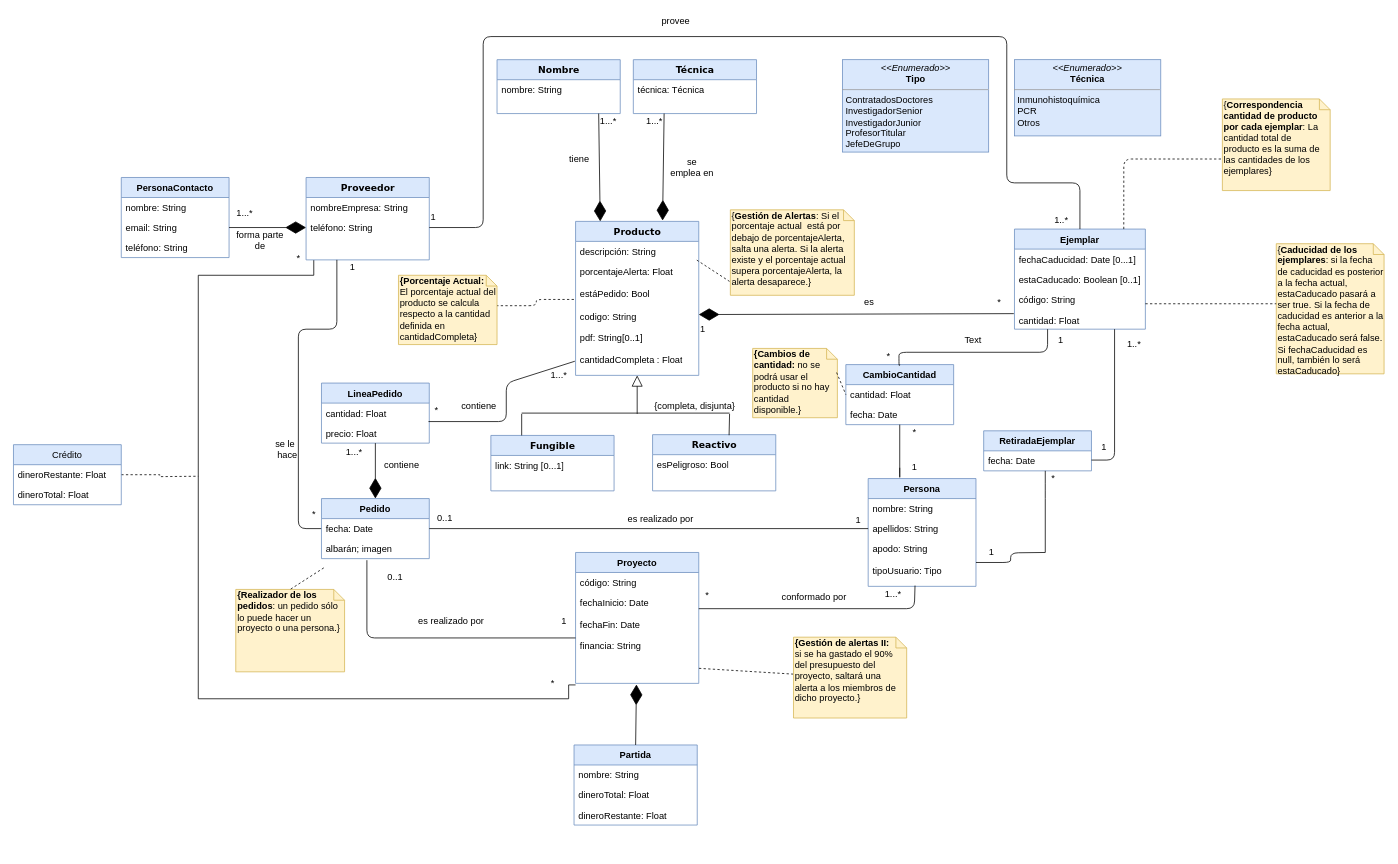
Above: MC_Labov3.drawio in Franbr31/IR-project (draw.io), before the change. Source tidied: cells renumbered, new cells numbered last; positions are measured from the earlier drawing's top-left corner, leaving out a move shared by most shapes. Both pictures are drawn from the tidied source at 77%, with x=0, y=0 at pixel (13, 13).
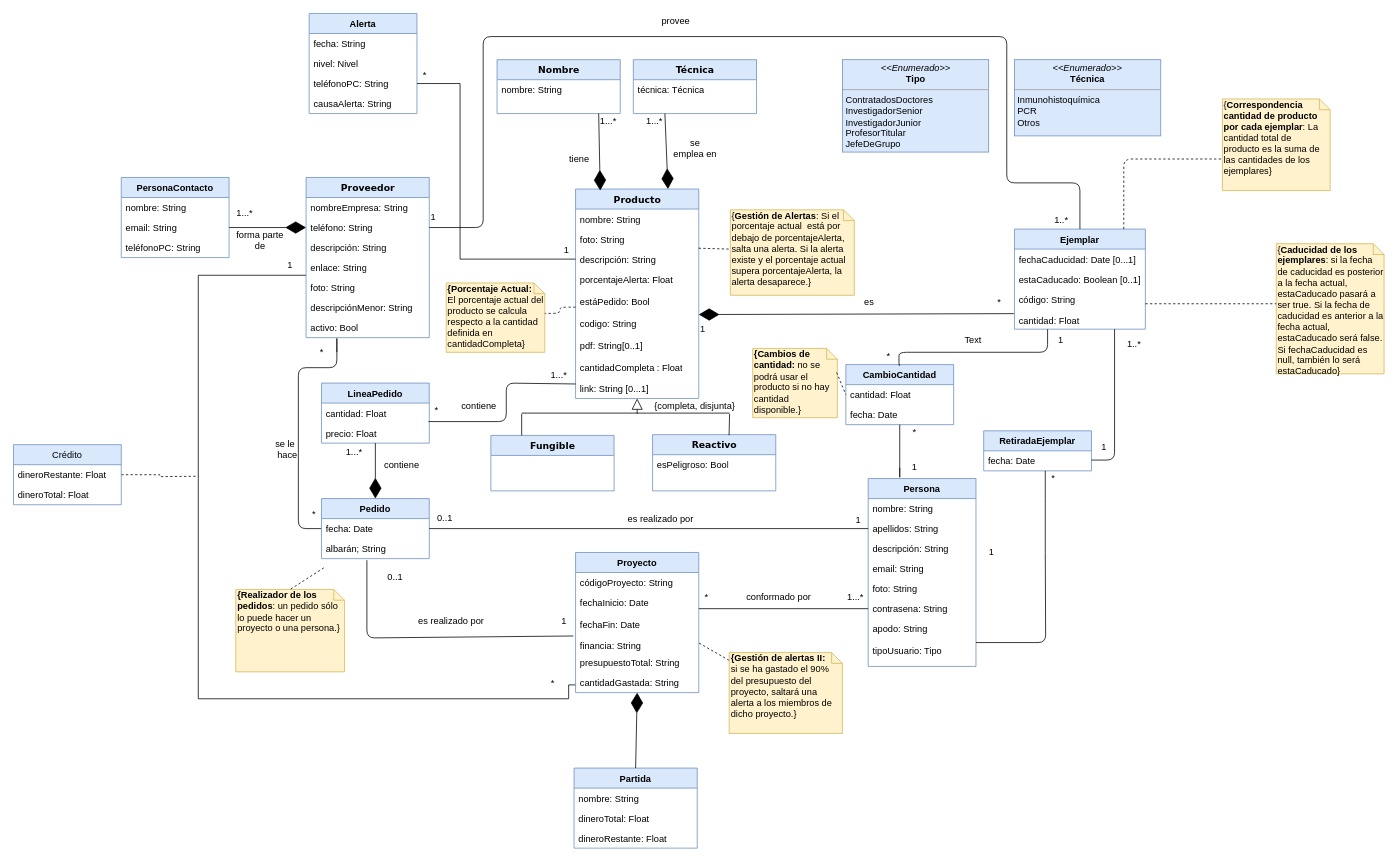
The same page after the edit.

Unchanged cells that the change refers to:
```xml
<mxCell id="13" value="Técnica" style="swimlane;html=1;fontStyle=1;align=center;verticalAlign=top;horizontal=1;startSize=26;swimlaneFillColor=#ffffff;rounded=0;shadow=0;comic=0;labelBackgroundColor=none;strokeWidth=1;fillColor=#dae8fc;fontFamily=Verdana;fontSize=12;strokeColor=#6c8ebf;" parent="1" vertex="1">
  <mxGeometry x="805" y="60" width="160" height="70" as="geometry" />
</mxCell>
<mxCell id="15" value="Fungible" style="swimlane;html=1;fontStyle=1;align=center;verticalAlign=top;horizontal=1;startSize=26;swimlaneFillColor=#ffffff;rounded=0;shadow=0;comic=0;labelBackgroundColor=none;strokeWidth=1;fillColor=#dae8fc;fontFamily=Verdana;fontSize=12;strokeColor=#6c8ebf;" parent="1" vertex="1">
  <mxGeometry x="620" y="548" width="160" height="72" as="geometry" />
</mxCell>
<mxCell id="20" value="Pedido" style="swimlane;fontStyle=1;horizontal=1;startSize=26;fillColor=#dae8fc;strokeColor=#6c8ebf;" parent="1" vertex="1">
  <mxGeometry x="400" y="630" width="140" height="78" as="geometry" />
</mxCell>
<mxCell id="21" value="fecha: Date" style="text;align=left;verticalAlign=top;spacingLeft=4;spacingRight=4;overflow=hidden;points=[[0,0.5],[1,0.5]];portConstraint=eastwest;" parent="20" vertex="1">
  <mxGeometry y="26" width="140" height="26" as="geometry" />
</mxCell>
<mxCell id="63" value="PersonaContacto" style="swimlane;fontStyle=1;horizontal=1;startSize=26;fillColor=#dae8fc;strokeColor=#6c8ebf;" parent="1" vertex="1">
  <mxGeometry x="140" y="213" width="140" height="104" as="geometry" />
</mxCell>
<mxCell id="81" value="1...*" style="text;html=1;align=center;verticalAlign=middle;points=[];" parent="1" vertex="1">
  <mxGeometry x="688" y="460" width="40" height="20" as="geometry" />
</mxCell>
```

Diff of the diagram source:
```diff
@@
     <mxCell id="3" value="Proveedor" style="swimlane;html=1;fontStyle=1;align=center;verticalAlign=top;horizontal=1;startSize=26;swimlaneFillColor=#ffffff;rounded=0;shadow=0;comic=0;labelBackgroundColor=none;strokeWidth=1;fillColor=#dae8fc;fontFamily=Verdana;fontSize=12;strokeColor=#6c8ebf;" parent="1" vertex="1">
-      <mxGeometry x="380" y="213" width="160" height="107" as="geometry" />
+      <mxGeometry x="380" y="213" width="160" height="208" as="geometry" />
     </mxCell>
@@
     <mxCell id="6" style="endArrow=none;html=1;exitX=0;exitY=0.5;exitDx=0;exitDy=0;" parent="3" edge="1" source="21">
       <mxGeometry relative="1" as="geometry">
-        <mxPoint x="40" y="107" as="targetPoint" />
+        <mxPoint x="40" y="227" as="targetPoint" />
         <Array as="points">
           <mxPoint x="-10" y="456" />
-          <mxPoint x="-10" y="197" />
-          <mxPoint x="40" y="197" />
+          <mxPoint x="-10" y="247" />
+          <mxPoint x="40" y="247" />
+          <mxPoint x="40" y="217" />
+          <mxPoint x="40" y="207" />
         </Array>
       </mxGeometry>
     </mxCell>
+    <mxCell id="129" value="descripción: String" style="text;html=1;strokeColor=none;fillColor=none;align=left;verticalAlign=top;spacingLeft=4;spacingRight=4;whiteSpace=wrap;overflow=hidden;" parent="3" vertex="1">
+      <mxGeometry y="78" width="160" height="26" as="geometry" />
+    </mxCell>
+    <mxCell id="130" value="enlace: String" style="text;html=1;strokeColor=none;fillColor=none;align=left;verticalAlign=top;spacingLeft=4;spacingRight=4;whiteSpace=wrap;overflow=hidden;" parent="3" vertex="1">
+      <mxGeometry y="104" width="160" height="26" as="geometry" />
+    </mxCell>
+    <mxCell id="131" value="foto: String" style="text;html=1;strokeColor=none;fillColor=none;align=left;verticalAlign=top;spacingLeft=4;spacingRight=4;whiteSpace=wrap;overflow=hidden;" parent="3" vertex="1">
+      <mxGeometry y="130" width="160" height="26" as="geometry" />
+    </mxCell>
+    <mxCell id="132" value="descripciónMenor: String" style="text;html=1;strokeColor=none;fillColor=none;align=left;verticalAlign=top;spacingLeft=4;spacingRight=4;whiteSpace=wrap;overflow=hidden;" parent="3" vertex="1">
+      <mxGeometry y="156" width="160" height="26" as="geometry" />
+    </mxCell>
+    <mxCell id="133" value="activo: Bool" style="text;html=1;strokeColor=none;fillColor=none;align=left;verticalAlign=top;spacingLeft=4;spacingRight=4;whiteSpace=wrap;overflow=hidden;" parent="3" vertex="1">
+      <mxGeometry y="182" width="160" height="26" as="geometry" />
+    </mxCell>
     <mxCell id="7" value="Producto" style="swimlane;html=1;fontStyle=1;align=center;verticalAlign=top;horizontal=1;startSize=26;swimlaneFillColor=#ffffff;rounded=0;shadow=0;comic=0;labelBackgroundColor=none;strokeWidth=1;fillColor=#dae8fc;fontFamily=Verdana;fontSize=12;strokeColor=#6c8ebf;" parent="1" vertex="1">
-      <mxGeometry x="730" y="270" width="160" height="200" as="geometry" />
+      <mxGeometry x="730" y="228" width="160" height="272" as="geometry" />
     </mxCell>
+    <mxCell id="134" value="nombre: String" style="text;html=1;strokeColor=none;fillColor=none;align=left;verticalAlign=top;spacingLeft=4;spacingRight=4;whiteSpace=wrap;overflow=hidden;" parent="7" vertex="1">
+      <mxGeometry y="26" width="160" height="26" as="geometry" />
+    </mxCell>
-    <mxCell id="8" value="descripción: String&lt;br&gt;" style="text;html=1;strokeColor=none;fillColor=none;align=left;verticalAlign=top;spacingLeft=4;spacingRight=4;whiteSpace=wrap;overflow=hidden;" parent="7" vertex="1">
-      <mxGeometry y="26" width="160" height="26" as="geometry" />
+    <mxCell id="8" value="foto: String" style="text;html=1;strokeColor=none;fillColor=none;align=left;verticalAlign=top;spacingLeft=4;spacingRight=4;whiteSpace=wrap;overflow=hidden;" parent="7" vertex="1">
+      <mxGeometry y="52" width="160" height="26" as="geometry" />
     </mxCell>
-    <mxCell id="9" style="endArrow=none;dashed=1;html=1;exitX=0.984;exitY=-0.012;exitDx=0;exitDy=0;exitPerimeter=0;" parent="7" edge="1" source="10">
+    <mxCell id="9" style="endArrow=none;dashed=1;html=1;exitX=0.999;exitY=-0.044;exitDx=0;exitDy=0;exitPerimeter=0;" parent="7" edge="1" source="135">
       <mxGeometry relative="1" as="geometry">
         <mxPoint x="200" y="78" as="targetPoint" />
       </mxGeometry>
     </mxCell>
+    <mxCell id="135" value="descripción: String&lt;br&gt;" style="text;html=1;strokeColor=none;fillColor=none;align=left;verticalAlign=top;spacingLeft=4;spacingRight=4;whiteSpace=wrap;overflow=hidden;points=[[0,0.5],[1,0.5]];portConstraint=eastwest;" parent="7" vertex="1">
+      <mxGeometry y="78" width="160" height="26" as="geometry" />
+    </mxCell>
     <mxCell id="10" value="porcentajeAlerta: Float&lt;br&gt;&lt;br&gt;estáPedido: Bool&lt;br&gt;&lt;br&gt;codigo: String&lt;br&gt;&lt;br&gt;pdf: String[0..1]&lt;br&gt;&lt;br&gt;cantidadCompleta : Float" style="text;html=1;strokeColor=none;fillColor=none;align=left;verticalAlign=top;spacingLeft=4;spacingRight=4;whiteSpace=wrap;overflow=hidden;points=[[0,0.5],[1,0.5]];portConstraint=eastwest;" parent="7" vertex="1">
-      <mxGeometry y="52" width="160" height="142" as="geometry" />
+      <mxGeometry y="104" width="160" height="142" as="geometry" />
     </mxCell>
+    <mxCell id="16" value="link: String [0...1]" style="text;html=1;strokeColor=none;fillColor=none;align=left;verticalAlign=top;spacingLeft=4;spacingRight=4;whiteSpace=wrap;overflow=hidden;" parent="7" vertex="1">
+      <mxGeometry y="246" width="160" height="26" as="geometry" />
+    </mxCell>
@@
-    <mxCell id="16" value="link: String [0...1]" style="text;html=1;strokeColor=none;fillColor=none;align=left;verticalAlign=top;spacingLeft=4;spacingRight=4;whiteSpace=wrap;overflow=hidden;" parent="15" vertex="1">
-      <mxGeometry y="26" width="160" height="26" as="geometry" />
-    </mxCell>
@@
-    <mxCell id="22" value="albarán; imagen" style="text;strokeColor=none;fillColor=none;align=left;verticalAlign=top;spacingLeft=4;spacingRight=4;overflow=hidden;" parent="20" vertex="1">
+    <mxCell id="22" value="albarán; String" style="text;strokeColor=none;fillColor=none;align=left;verticalAlign=top;spacingLeft=4;spacingRight=4;overflow=hidden;" parent="20" vertex="1">
       <mxGeometry y="52" width="140" height="26" as="geometry" />
     </mxCell>
     <mxCell id="23" value="Proyecto" style="swimlane;fontStyle=1;horizontal=1;startSize=26;fillColor=#dae8fc;strokeColor=#6c8ebf;" parent="1" vertex="1">
-      <mxGeometry x="730" y="700" width="160" height="170" as="geometry" />
+      <mxGeometry x="730" y="700" width="160" height="182" as="geometry" />
     </mxCell>
-    <mxCell id="24" value="código: String" style="text;align=left;verticalAlign=top;spacingLeft=4;spacingRight=4;overflow=hidden;" parent="23" vertex="1">
+    <mxCell id="24" value="códigoProyecto: String" style="text;align=left;verticalAlign=top;spacingLeft=4;spacingRight=4;overflow=hidden;" parent="23" vertex="1">
       <mxGeometry y="26" width="160" height="26" as="geometry" />
     </mxCell>
     <mxCell id="25" value="fechaInicio: Date&#10;&#10;fechaFin: Date&#10;&#10;financia: String" style="text;strokeColor=none;fillColor=none;align=left;verticalAlign=top;spacingLeft=4;spacingRight=4;overflow=hidden;points=[[0,0.5],[1,0.5]];portConstraint=eastwest;" parent="23" vertex="1">
-      <mxGeometry y="52" width="160" height="118" as="geometry" />
+      <mxGeometry y="52" width="160" height="78" as="geometry" />
     </mxCell>
+    <mxCell id="136" value="presupuestoTotal: String" style="text;align=left;verticalAlign=top;spacingLeft=4;spacingRight=4;overflow=hidden;" parent="23" vertex="1">
+      <mxGeometry y="130" width="160" height="26" as="geometry" />
+    </mxCell>
+    <mxCell id="137" value="cantidadGastada: String" style="text;align=left;verticalAlign=top;spacingLeft=4;spacingRight=4;overflow=hidden;" parent="23" vertex="1">
+      <mxGeometry y="156" width="160" height="26" as="geometry" />
+    </mxCell>
@@
     <mxCell id="29" value="Persona" style="swimlane;fontStyle=1;horizontal=1;startSize=26;fillColor=#dae8fc;strokeColor=#6c8ebf;" parent="1" vertex="1">
-      <mxGeometry x="1110" y="604" width="140" height="140" as="geometry" />
+      <mxGeometry x="1110" y="604" width="140" height="244" as="geometry" />
     </mxCell>
@@
+    <mxCell id="138" value="descripción: String" style="text;strokeColor=none;fillColor=none;align=left;verticalAlign=top;spacingLeft=4;spacingRight=4;overflow=hidden;" parent="29" vertex="1">
+      <mxGeometry y="78" width="140" height="26" as="geometry" />
+    </mxCell>
+    <mxCell id="139" value="email: String" style="text;strokeColor=none;fillColor=none;align=left;verticalAlign=top;spacingLeft=4;spacingRight=4;overflow=hidden;" parent="29" vertex="1">
+      <mxGeometry y="104" width="140" height="26" as="geometry" />
+    </mxCell>
+    <mxCell id="140" value="foto: String" style="text;strokeColor=none;fillColor=none;align=left;verticalAlign=top;spacingLeft=4;spacingRight=4;overflow=hidden;" parent="29" vertex="1">
+      <mxGeometry y="130" width="140" height="26" as="geometry" />
+    </mxCell>
+    <mxCell id="141" value="contrasena: String" style="text;strokeColor=none;fillColor=none;align=left;verticalAlign=top;spacingLeft=4;spacingRight=4;overflow=hidden;points=[[0,0.5],[1,0.5]];portConstraint=eastwest;" parent="29" vertex="1">
+      <mxGeometry y="156" width="140" height="26" as="geometry" />
+    </mxCell>
     <mxCell id="32" value="apodo: String&#10;&#10;tipoUsuario: Tipo" style="text;strokeColor=none;fillColor=none;align=left;verticalAlign=top;spacingLeft=4;spacingRight=4;overflow=hidden;points=[[0,0.5],[1,0.5]];portConstraint=eastwest;" parent="29" vertex="1">
-      <mxGeometry y="78" width="140" height="62" as="geometry" />
+      <mxGeometry y="182" width="140" height="62" as="geometry" />
     </mxCell>
@@
     <mxCell id="44" value="1...*" style="text;html=1;points=[];align=left;verticalAlign=top;spacingTop=-4;" parent="1" vertex="1">
-      <mxGeometry x="1130" y="744" width="40" height="20" as="geometry" />
+      <mxGeometry x="1081" y="748" width="40" height="20" as="geometry" />
     </mxCell>
     <mxCell id="45" value="conformado por" style="text;html=1;align=left;verticalAlign=top;spacingTop=-4;" parent="1" vertex="1">
-      <mxGeometry x="996" y="748" width="100" height="20" as="geometry" />
+      <mxGeometry x="950" y="748" width="100" height="20" as="geometry" />
     </mxCell>
@@
     <mxCell id="49" style="endArrow=diamondThin;endFill=1;endSize=24;html=1;" parent="1" edge="1">
       <mxGeometry relative="1" as="geometry">
         <mxPoint x="760" y="130" as="sourcePoint" />
-        <mxPoint x="762" y="270" as="targetPoint" />
+        <mxPoint x="762" y="230" as="targetPoint" />
       </mxGeometry>
     </mxCell>
@@
     <mxCell id="58" value="*" style="text;html=1;align=left;verticalAlign=top;spacingTop=-4;" parent="1" vertex="1">
-      <mxGeometry x="897" y="745" width="20" height="20" as="geometry" />
+      <mxGeometry x="895.5" y="748" width="20" height="20" as="geometry" />
     </mxCell>
@@
     <mxCell id="61" value="&lt;b&gt;{Gestión de alertas II:&lt;/b&gt;&lt;br&gt;si se ha gastado el 90% del presupuesto del proyecto, saltará una alerta a los miembros de dicho proyecto.}" style="shape=note;whiteSpace=wrap;html=1;size=14;verticalAlign=top;align=left;spacingTop=-6;fillColor=#fff2cc;strokeColor=#d6b656;" parent="1" vertex="1">
-      <mxGeometry x="1013" y="810" width="147" height="105" as="geometry" />
+      <mxGeometry x="929.5" y="830" width="147" height="105" as="geometry" />
     </mxCell>
@@
-    <mxCell id="66" value="teléfono: String" style="text;align=left;verticalAlign=top;spacingLeft=4;spacingRight=4;overflow=hidden;" parent="63" vertex="1">
+    <mxCell id="66" value="teléfonoPC: String" style="text;align=left;verticalAlign=top;spacingLeft=4;spacingRight=4;overflow=hidden;" parent="63" vertex="1">
       <mxGeometry y="78" width="140" height="26" as="geometry" />
     </mxCell>
@@
-    <mxCell id="71" style="endArrow=none;html=1;entryX=-0.006;entryY=0.913;entryDx=0;entryDy=0;entryPerimeter=0;" parent="1" edge="1" target="10">
+    <mxCell id="71" style="endArrow=none;html=1;entryX=1.054;entryY=1.059;entryDx=0;entryDy=0;entryPerimeter=0;" parent="1" edge="1" target="81">
       <mxGeometry relative="1" as="geometry">
         <mxPoint x="539" y="530" as="sourcePoint" />
         <Array as="points">
           <mxPoint x="640" y="530" />
           <mxPoint x="640" y="480" />
         </Array>
       </mxGeometry>
     </mxCell>
@@
-    <mxCell id="86" style="endArrow=diamondThin;endFill=1;endSize=24;html=1;exitX=0.25;exitY=1;exitDx=0;exitDy=0;" parent="1" edge="1" source="13">
+    <mxCell id="86" style="endArrow=diamondThin;endFill=1;endSize=24;html=1;exitX=0.25;exitY=1;exitDx=0;exitDy=0;" parent="1" edge="1">
       <mxGeometry relative="1" as="geometry">
-        <mxPoint x="843" y="269" as="targetPoint" />
+        <mxPoint x="846" y="130" as="sourcePoint" />
+        <mxPoint x="850" y="228" as="targetPoint" />
       </mxGeometry>
     </mxCell>
-    <mxCell id="87" style="endArrow=none;html=1;entryX=1.021;entryY=-0.05;entryDx=0;entryDy=0;entryPerimeter=0;" parent="1" edge="1" target="44">
+    <mxCell id="87" style="endArrow=none;html=1;entryX=0;entryY=0.5;entryDx=0;entryDy=0;" parent="1" edge="1" target="141">
       <mxGeometry relative="1" as="geometry">
         <mxPoint x="890" y="773" as="sourcePoint" />
-        <Array as="points">
-          <mxPoint x="1170" y="773" />
-        </Array>
       </mxGeometry>
     </mxCell>
@@
     <mxCell id="92" value="se &lt;br&gt;emplea en" style="text;html=1;align=center;verticalAlign=top;spacingTop=-4;" parent="1" vertex="1">
-      <mxGeometry x="845.5" y="183" width="70" height="30" as="geometry" />
+      <mxGeometry x="850" y="159" width="70" height="30" as="geometry" />
     </mxCell>
@@
     <mxCell id="99" value="1" style="text;html=1;align=center;verticalAlign=middle;" parent="1" vertex="1">
-      <mxGeometry x="430" y="320" width="20" height="20" as="geometry" />
+      <mxGeometry x="349.4" y="317" width="20" height="20" as="geometry" />
     </mxCell>
@@
     <mxCell id="116" value="&lt;b&gt;{Porcentaje Actual:&lt;/b&gt;&lt;br&gt;El porcentaje actual del producto se calcula respecto a la cantidad definida en cantidadCompleta}" style="shape=note;whiteSpace=wrap;html=1;size=14;verticalAlign=top;align=left;spacingTop=-6;strokeColor=#d6b656;fillColor=#fff2cc;" parent="1" vertex="1">
-      <mxGeometry x="500" y="340" width="128" height="90" as="geometry" />
+      <mxGeometry x="562" y="350" width="128" height="90" as="geometry" />
     </mxCell>
     <mxCell id="117" value="Partida" style="swimlane;fontStyle=1;horizontal=1;startSize=26;fillColor=#dae8fc;strokeColor=#6c8ebf;" parent="1" vertex="1">
-      <mxGeometry x="728" y="950" width="160" height="104" as="geometry" />
+      <mxGeometry x="728" y="980" width="160" height="104" as="geometry" />
     </mxCell>
@@
-    <mxCell id="121" style="endArrow=diamondThin;endFill=1;endSize=24;html=1;exitX=0.5;exitY=0;exitDx=0;exitDy=0;entryX=0.494;entryY=1.012;entryDx=0;entryDy=0;entryPerimeter=0;" parent="1" edge="1" source="117" target="25">
-      <mxGeometry relative="1" as="geometry" />
+    <mxCell id="121" style="endArrow=diamondThin;endFill=1;endSize=24;html=1;exitX=0.5;exitY=0;exitDx=0;exitDy=0;" parent="1" edge="1" source="117">
+      <mxGeometry relative="1" as="geometry">
+        <mxPoint x="810" y="882" as="targetPoint" />
+      </mxGeometry>
     </mxCell>
@@
-    <mxCell id="126" style="endArrow=none;html=1;entryX=0;entryY=0.5;entryDx=0;entryDy=0;" parent="1" edge="1" target="25">
+    <mxCell id="126" style="endArrow=none;html=1;entryX=-0.018;entryY=0.724;entryDx=0;entryDy=0;entryPerimeter=0;" parent="1" edge="1" target="25">
       <mxGeometry relative="1" as="geometry">
         <mxPoint x="459" y="710" as="sourcePoint" />
         <Array as="points">
           <mxPoint x="459" y="811" />
         </Array>
       </mxGeometry>
     </mxCell>
@@
     <mxCell id="128" value="*" style="text;html=1;align=center;verticalAlign=middle;" parent="1" vertex="1">
-      <mxGeometry x="360" y="308" width="20" height="20" as="geometry" />
+      <mxGeometry x="390" y="430" width="20" height="20" as="geometry" />
     </mxCell>
+    <mxCell id="142" value="Alerta" style="swimlane;fontStyle=1;horizontal=1;startSize=26;fillColor=#dae8fc;strokeColor=#6c8ebf;" parent="1" vertex="1">
+      <mxGeometry x="384" width="140" height="130" as="geometry" />
+    </mxCell>
+    <mxCell id="143" value="fecha: String" style="text;strokeColor=none;fillColor=none;align=left;verticalAlign=top;spacingLeft=4;spacingRight=4;overflow=hidden;" parent="142" vertex="1">
+      <mxGeometry y="26" width="140" height="26" as="geometry" />
+    </mxCell>
+    <mxCell id="144" value="nivel: Nivel" style="text;strokeColor=none;fillColor=none;align=left;verticalAlign=top;spacingLeft=4;spacingRight=4;overflow=hidden;" parent="142" vertex="1">
+      <mxGeometry y="52" width="140" height="26" as="geometry" />
+    </mxCell>
+    <mxCell id="145" value="teléfonoPC: String" style="text;align=left;verticalAlign=top;spacingLeft=4;spacingRight=4;overflow=hidden;points=[[0,0.5],[1,0.5]];portConstraint=eastwest;" parent="142" vertex="1">
+      <mxGeometry y="78" width="140" height="26" as="geometry" />
+    </mxCell>
+    <mxCell id="146" value="causaAlerta: String" style="text;align=left;verticalAlign=top;spacingLeft=4;spacingRight=4;overflow=hidden;" parent="142" vertex="1">
+      <mxGeometry y="104" width="140" height="26" as="geometry" />
+    </mxCell>
+    <mxCell id="147" style="edgeStyle=orthogonalEdgeStyle;rounded=0;jettySize=auto;html=1;entryX=0;entryY=0.5;entryDx=0;entryDy=0;endArrow=none;endFill=0;" parent="1" edge="1" source="145" target="135">
+      <mxGeometry relative="1" as="geometry">
+        <Array as="points">
+          <mxPoint x="580" y="91" />
+          <mxPoint x="580" y="319" />
+        </Array>
+      </mxGeometry>
+    </mxCell>
+    <mxCell id="148" value="*" style="text;html=1;align=center;verticalAlign=middle;" parent="1" vertex="1">
+      <mxGeometry x="524" y="70" width="20" height="20" as="geometry" />
+    </mxCell>
+    <mxCell id="149" value="1" style="text;html=1;align=center;verticalAlign=middle;" parent="1" vertex="1">
+      <mxGeometry x="708" y="297" width="20" height="20" as="geometry" />
+    </mxCell>
```
